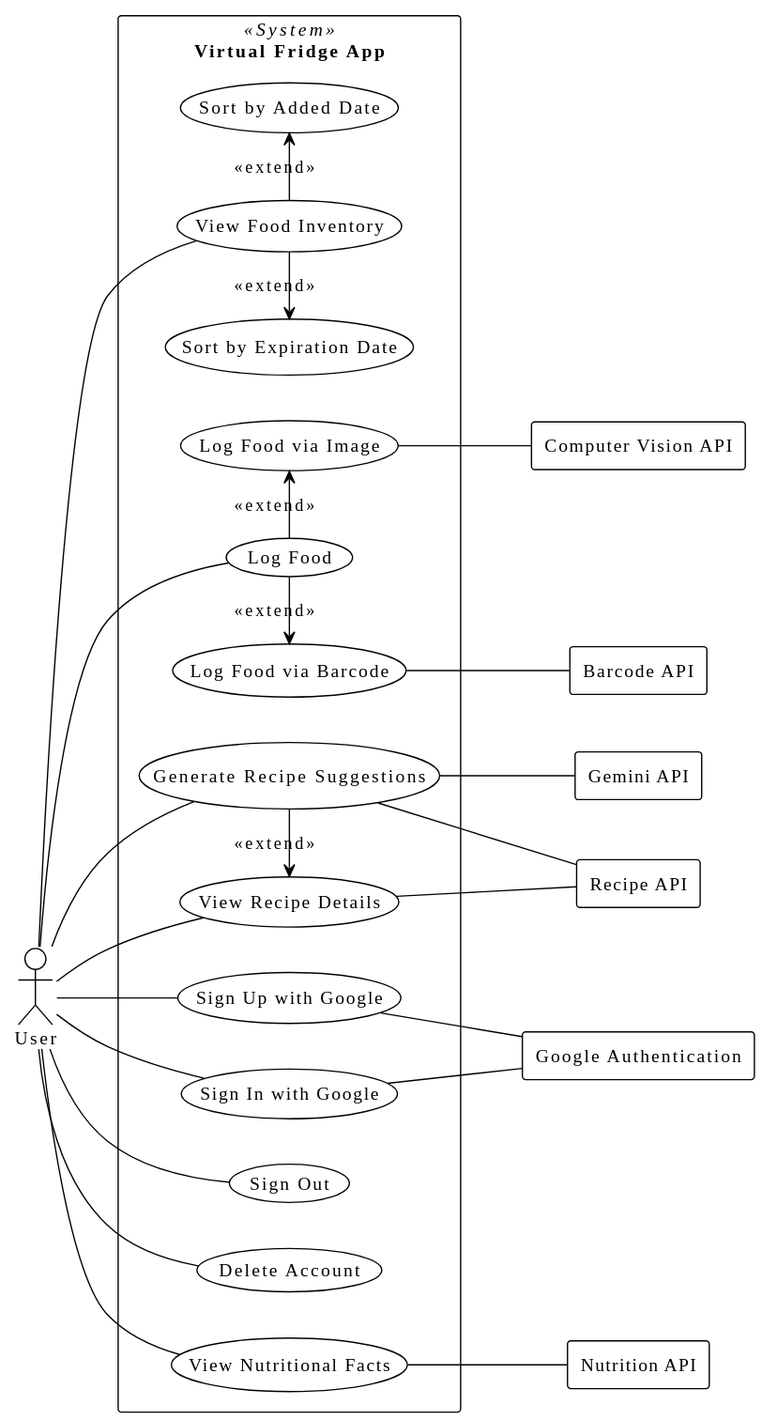
virtualfridge/virtualfridge keeps this PlantUML diagram as documentation/images/usecase.svg. Above is the earlier version.
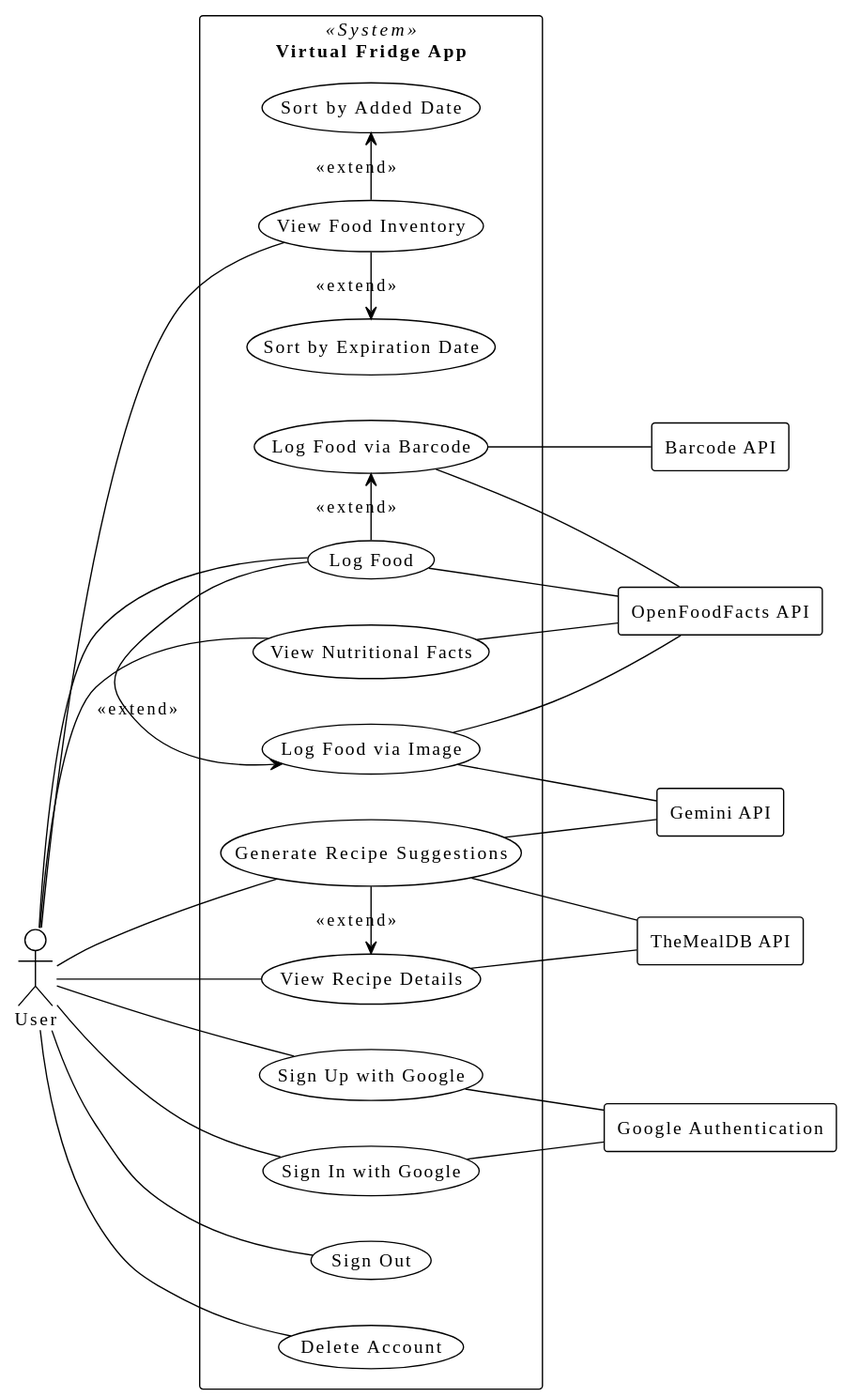
After the commit.

What changed in the source:
```diff
@@ -22,8 +22,8 @@
   usecase viewRecipe as "View Recipe Details"
   usecase viewNutrition as "View Nutritional Facts"
 
-  logFood -left-> logBarcode : <<extend>>
-  logFood -right-> logImage : <<extend>>
+  logFood -right-> logBarcode : <<extend>>
+  logFood -left-> logImage : <<extend>>
 
   viewInventory -left-> sortExp : <<extend>>
   viewInventory -right-> sortAdded : <<extend>>
@@ -32,10 +32,9 @@
 
 rectangle googleAuth as "Google Authentication"
 rectangle barcodeApi as "Barcode API"
-rectangle recipeApi as "Recipe API"
-rectangle nutritionApi as "Nutrition API"
-rectangle ComputerVisionAPI as "Computer Vision API"
-rectangle GeminiAPI as "Gemini API"
+rectangle recipeApi as "TheMealDB API"
+rectangle nutritionApi as "OpenFoodFacts API"
+rectangle GeminiApi as "Gemini API"
 
 
 User -- signUp
@@ -51,9 +50,12 @@
 signUp -- googleAuth
 signIn -- googleAuth
 logBarcode -- barcodeApi
+logBarcode -- nutritionApi
+logFood -- nutritionApi
+logImage -- nutritionApi
 genRecipes -- recipeApi
-genRecipes -- GeminiAPI
+genRecipes -- GeminiApi
 viewRecipe -- recipeApi
 viewNutrition -- nutritionApi
-logImage -- ComputerVisionAPI
+logImage -- GeminiApi
 @enduml
```
